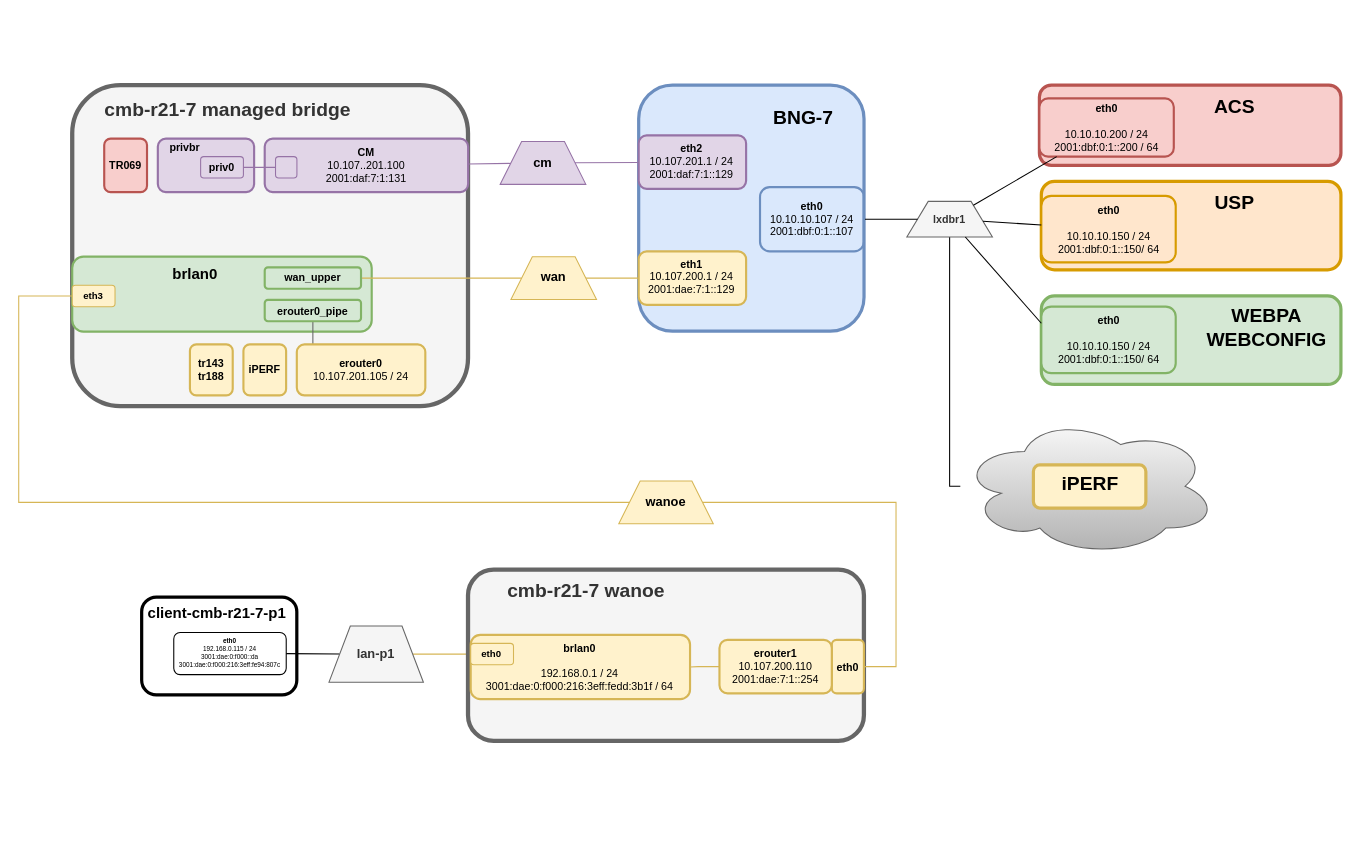
robvogelaar/robvogelaar.github.io keeps this draw.io diagram as page "Page-3" (3 of 3) of drawio/bridge-modes.drawio. Above is the earlier version. Source tidied: cells renumbered, new cells numbered last; positions are measured from the earlier drawing's top-left corner, leaving out a move shared by most shapes. Both pictures are drawn from the tidied source at 107%, with x=0, y=0 at pixel (18, 85).
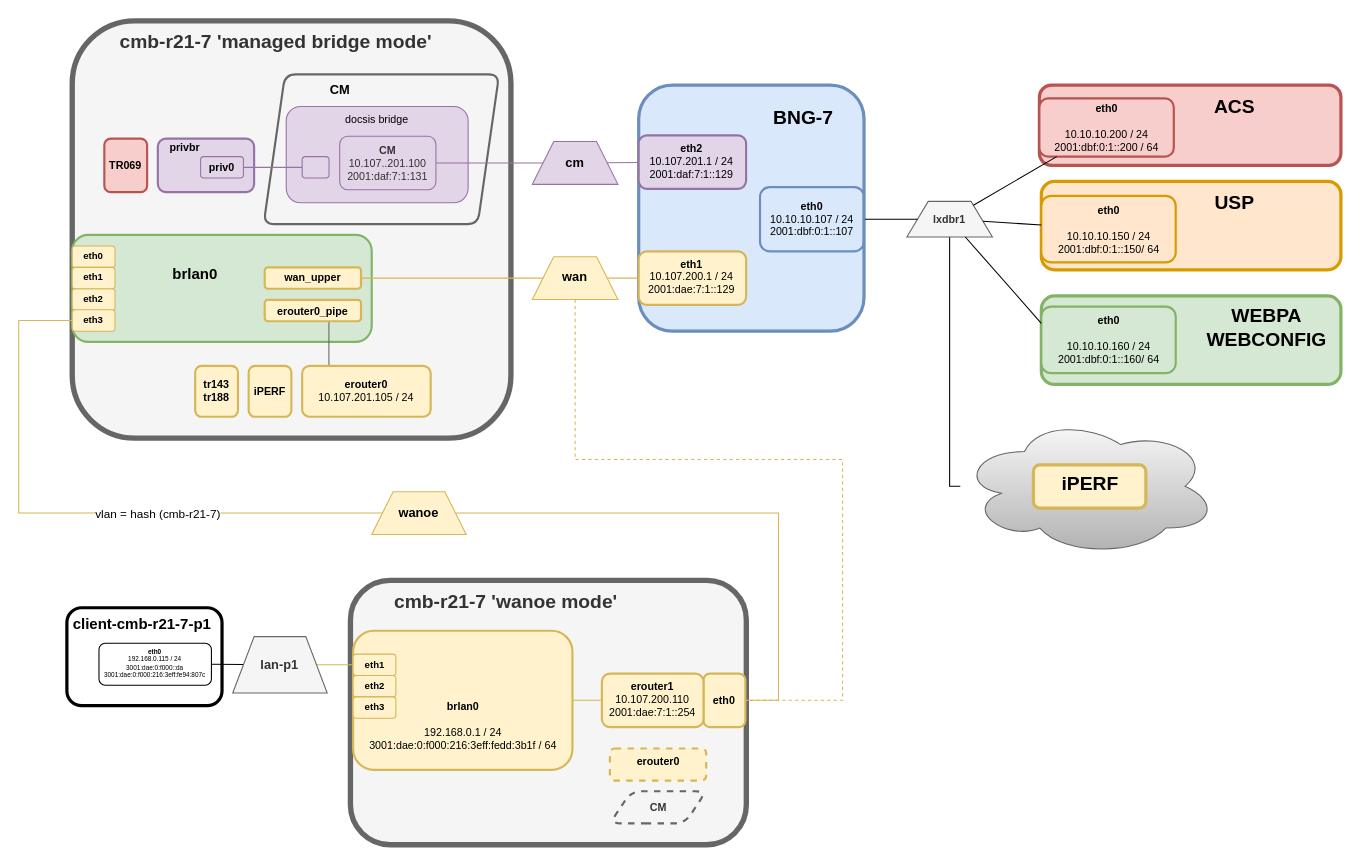
The same diagram, later.

Unchanged cells that the change refers to:
```xml
<mxCell id="25" value="eth1&lt;br&gt;&lt;span style=&quot;font-weight: normal;&quot;&gt;10.107.200.1 / 24&lt;/span&gt;&lt;br&gt;&lt;span style=&quot;font-weight: normal;&quot;&gt;2001:dae:7:1::129&lt;/span&gt;" style="rounded=1;whiteSpace=wrap;html=1;fillColor=#fff2cc;strokeColor=#d6b656;fontSize=10;fontStyle=1;strokeWidth=2;verticalAlign=top;" parent="1" vertex="1">
  <mxGeometry x="579.4" y="155.4" width="100.4" height="50" as="geometry" />
</mxCell>
```

Change to the diagram source:
```diff
@@
+    <mxCell id="41" style="rounded=1;whiteSpace=wrap;html=1;fillColor=#f5f5f5;strokeColor=#666666;fillStyle=auto;strokeWidth=5;fontSize=9;fontColor=#333333;" parent="1" vertex="1">
+      <mxGeometry x="310" y="462.9" width="370" height="247.1" as="geometry" />
+    </mxCell>
+    <mxCell id="65" value="CM" style="rounded=1;whiteSpace=wrap;html=1;fillColor=none;strokeColor=#666666;fontSize=10;fontStyle=1;strokeWidth=2;shape=parallelogram;perimeter=parallelogramPerimeter;fixedSize=1;fontColor=#333333;dashed=1;" parent="1" vertex="1">
+      <mxGeometry x="552.5" y="660" width="90" height="30" as="geometry" />
+    </mxCell>
-    <mxCell id="2" style="rounded=1;whiteSpace=wrap;html=1;fillColor=#f5f5f5;strokeColor=#666666;fillStyle=auto;strokeWidth=4;fontSize=9;fontColor=#333333;" parent="1" vertex="1">
-      <mxGeometry x="50" width="369.9" height="300" as="geometry" />
+    <mxCell id="2" style="rounded=1;whiteSpace=wrap;html=1;fillColor=#f5f5f5;strokeColor=#666666;fillStyle=auto;strokeWidth=5;fontSize=9;fontColor=#333333;" parent="1" vertex="1">
+      <mxGeometry x="50" y="-60" width="410" height="390" as="geometry" />
     </mxCell>
+    <mxCell id="51" style="rounded=1;whiteSpace=wrap;html=1;fillColor=#f5f5f5;strokeColor=#666666;fontSize=10;fontStyle=1;strokeWidth=2;shape=parallelogram;perimeter=parallelogramPerimeter;fixedSize=1;fontColor=#333333;" parent="1" vertex="1">
+      <mxGeometry x="228.9" y="-10" width="220.1" height="140" as="geometry" />
+    </mxCell>
+    <mxCell id="66" value="&lt;span style=&quot;font-weight: normal;&quot;&gt;docsis bridge&lt;/span&gt;" style="rounded=1;whiteSpace=wrap;html=1;fillColor=#e1d5e7;strokeColor=#9673a6;fontSize=10;fontStyle=1;strokeWidth=1;verticalAlign=top;" parent="1" vertex="1">
+      <mxGeometry x="250" y="20" width="170" height="90" as="geometry" />
+    </mxCell>
@@
-    <mxCell id="5" value="&lt;b style=&quot;font-size: 18px;&quot;&gt;cmb-r21-7 managed bridge&lt;/b&gt;" style="text;html=1;align=center;verticalAlign=middle;strokeColor=none;fillColor=none;fontSize=18;fontColor=#333333;fontStyle=0;" parent="1" vertex="1">
-      <mxGeometry x="69.9" y="2.7" width="250" height="40" as="geometry" />
+    <mxCell id="5" value="&lt;b style=&quot;font-size: 18px;&quot;&gt;cmb-r21-7 'managed bridge mode'&lt;/b&gt;" style="text;html=1;align=center;verticalAlign=middle;strokeColor=none;fillColor=none;fontSize=18;fontColor=#333333;fontStyle=0;" parent="1" vertex="1">
+      <mxGeometry x="79.9" y="-60" width="320" height="40" as="geometry" />
     </mxCell>
     <mxCell id="6" style="rounded=1;whiteSpace=wrap;html=1;fillColor=#d5e8d4;strokeColor=#82b366;strokeWidth=2;fontSize=9;" parent="1" vertex="1">
-      <mxGeometry x="50" y="160.4" width="279.9" height="70" as="geometry" />
+      <mxGeometry x="50" y="140" width="279.9" height="100" as="geometry" />
     </mxCell>
@@
-    <mxCell id="8" value="&lt;b style=&quot;font-size: 9px;&quot;&gt;eth3&lt;/b&gt;" style="rounded=1;whiteSpace=wrap;html=1;fillColor=#fff2cc;strokeColor=#d6b656;fontSize=9;" parent="1" vertex="1">
-      <mxGeometry x="50" y="187.1" width="40" height="20" as="geometry" />
+    <mxCell id="8" value="&lt;b style=&quot;font-size: 9px;&quot;&gt;eth2&lt;/b&gt;" style="rounded=1;whiteSpace=wrap;html=1;fillColor=#fff2cc;strokeColor=#d6b656;fontSize=9;" parent="1" vertex="1">
+      <mxGeometry x="50" y="190.4" width="40" height="20" as="geometry" />
     </mxCell>
@@
-    <mxCell id="10" value="&lt;b style=&quot;font-size: 10px;&quot;&gt;erouter0_pipe&lt;/b&gt;" style="rounded=1;whiteSpace=wrap;html=1;align=center;fillColor=#d5e8d4;strokeColor=#82b366;fontSize=10;strokeWidth=2;verticalAlign=middle;" parent="1" vertex="1">
+    <mxCell id="10" value="&lt;b style=&quot;font-size: 10px;&quot;&gt;erouter0_pipe&lt;/b&gt;" style="rounded=1;whiteSpace=wrap;html=1;align=center;fillColor=#fff2cc;strokeColor=#d6b656;fontSize=10;strokeWidth=2;verticalAlign=middle;" parent="1" vertex="1">
       <mxGeometry x="229.9" y="200.7" width="90" height="20" as="geometry" />
     </mxCell>
     <mxCell id="11" value="&lt;div&gt;&lt;b style=&quot;font-size: 12px;&quot;&gt;cm&lt;/b&gt;&lt;/div&gt;" style="shape=trapezoid;perimeter=trapezoidPerimeter;whiteSpace=wrap;html=1;fixedSize=1;fontSize=12;fillColor=#e1d5e7;strokeColor=#9673a6;rotation=0;verticalAlign=middle;" parent="1" vertex="1">
-      <mxGeometry x="450" y="52.8" width="80" height="40" as="geometry" />
+      <mxGeometry x="480" y="52.8" width="80" height="40" as="geometry" />
     </mxCell>
@@
-    <mxCell id="17" style="endArrow=none;html=1;rounded=0;fontSize=9;fillColor=#fff2cc;strokeColor=#d6b656;" parent="1" edge="1" source="55" target="25">
-      <mxGeometry relative="1" as="geometry" />
+    <mxCell id="17" style="endArrow=none;html=1;rounded=0;fontSize=9;fillColor=#fff2cc;strokeColor=#d6b656;" parent="1" edge="1" source="55">
+      <mxGeometry relative="1" as="geometry">
+        <mxPoint x="609.4" y="180.4" as="targetPoint" />
+      </mxGeometry>
     </mxCell>
@@
     <mxCell id="30" style="rounded=1;whiteSpace=wrap;html=1;strokeWidth=3;fontSize=9;" parent="1" vertex="1">
-      <mxGeometry x="114.9" y="478.5" width="145" height="91.5" as="geometry" />
+      <mxGeometry x="45" y="488.5" width="145" height="91.5" as="geometry" />
     </mxCell>
     <mxCell id="31" value="&lt;font style=&quot;font-size: 6px;&quot;&gt;eth0&lt;br style=&quot;font-size: 6px;&quot;&gt;&lt;span style=&quot;font-size: 6px; font-weight: normal;&quot;&gt;192.168.0.115 / 24&lt;br style=&quot;font-size: 6px;&quot;&gt;&lt;/span&gt;&lt;span style=&quot;font-weight: normal; font-size: 6px;&quot;&gt;3001:dae:0:f000::da&lt;br style=&quot;font-size: 6px;&quot;&gt;3001:dae:0:f000:216:3eff:fe94:807c&lt;/span&gt;&lt;br style=&quot;font-size: 6px;&quot;&gt;&lt;/font&gt;" style="rounded=1;whiteSpace=wrap;html=1;fontSize=6;fontStyle=1;strokeWidth=1;" parent="1" vertex="1">
-      <mxGeometry x="144.9" y="511.7" width="105.1" height="39.3" as="geometry" />
+      <mxGeometry x="75" y="521.7" width="105.1" height="39.3" as="geometry" />
     </mxCell>
     <mxCell id="32" value="&lt;b style=&quot;font-size: 14px;&quot;&gt;client-cmb-r21-7-p1&lt;/b&gt;" style="text;html=1;align=center;verticalAlign=middle;fontSize=14;fontStyle=0;" parent="1" vertex="1">
-      <mxGeometry x="109.9" y="478.5" width="150" height="30" as="geometry" />
+      <mxGeometry x="40" y="488.5" width="150" height="30" as="geometry" />
     </mxCell>
@@
     <mxCell id="34" value="&lt;b style=&quot;font-size: 12px;&quot;&gt;lan-p1&lt;/b&gt;" style="shape=trapezoid;perimeter=trapezoidPerimeter;whiteSpace=wrap;html=1;fixedSize=1;fontSize=12;fillColor=#f5f5f5;fontColor=#333333;strokeColor=#666666;rotation=0;" parent="1" vertex="1">
-      <mxGeometry x="289.9" y="505.5" width="88.3" height="52.7" as="geometry" />
+      <mxGeometry x="200" y="515.5" width="88.3" height="52.7" as="geometry" />
     </mxCell>
@@
-    <mxCell id="36" value="&lt;font style=&quot;font-size: 10px;&quot;&gt;eth0&lt;br style=&quot;font-size: 10px;&quot;&gt;&lt;br style=&quot;font-size: 10px;&quot;&gt;&lt;span style=&quot;font-weight: normal; font-size: 10px;&quot;&gt;10.10.10.150 / 24&lt;br style=&quot;font-size: 10px;&quot;&gt;2001:dbf:0:1::150/ 64&lt;/span&gt;&lt;br style=&quot;font-size: 10px;&quot;&gt;&lt;/font&gt;" style="rounded=1;whiteSpace=wrap;html=1;fillColor=#d5e8d4;strokeColor=#82b366;fontSize=10;fontStyle=1;strokeWidth=2;" parent="1" vertex="1">
+    <mxCell id="36" value="&lt;font style=&quot;font-size: 10px;&quot;&gt;eth0&lt;br style=&quot;font-size: 10px;&quot;&gt;&lt;br style=&quot;font-size: 10px;&quot;&gt;&lt;span style=&quot;font-weight: normal; font-size: 10px;&quot;&gt;10.10.10.160 / 24&lt;br style=&quot;font-size: 10px;&quot;&gt;2001:dbf:0:1::160/ 64&lt;/span&gt;&lt;br style=&quot;font-size: 10px;&quot;&gt;&lt;/font&gt;" style="rounded=1;whiteSpace=wrap;html=1;fillColor=#d5e8d4;strokeColor=#82b366;fontSize=10;fontStyle=1;strokeWidth=2;" parent="1" vertex="1">
       <mxGeometry x="955.7" y="207.1" width="125.6" height="62.1" as="geometry" />
     </mxCell>
@@
-    <mxCell id="41" style="rounded=1;whiteSpace=wrap;html=1;fillColor=#f5f5f5;strokeColor=#666666;fillStyle=auto;strokeWidth=4;fontSize=9;fontColor=#333333;" parent="1" vertex="1">
-      <mxGeometry x="419.9" y="452.9" width="370" height="160" as="geometry" />
-    </mxCell>
-    <mxCell id="42" value="&lt;b style=&quot;font-size: 18px;&quot;&gt;cmb-r21-7 wanoe&lt;/b&gt;" style="text;html=1;align=center;verticalAlign=middle;strokeColor=none;fillColor=none;fontSize=18;fontColor=#333333;fontStyle=0;" parent="1" vertex="1">
-      <mxGeometry x="444.9" y="452.9" width="170" height="40" as="geometry" />
+    <mxCell id="42" value="&lt;b style=&quot;font-size: 18px;&quot;&gt;cmb-r21-7 'wanoe mode'&lt;/b&gt;" style="text;html=1;align=center;verticalAlign=middle;strokeColor=none;fillColor=none;fontSize=18;fontColor=#333333;fontStyle=0;" parent="1" vertex="1">
+      <mxGeometry x="339.9" y="462.9" width="230" height="40" as="geometry" />
     </mxCell>
-    <mxCell id="43" value="&lt;span style=&quot;font-size: 10px; font-weight: 700;&quot;&gt;brlan0&lt;/span&gt;&lt;br style=&quot;font-size: 10px; font-weight: 700;&quot;&gt;&lt;span style=&quot;font-size: 10px;&quot;&gt;&lt;br&gt;192.168.0.1 / 24&lt;/span&gt;&lt;br style=&quot;font-size: 10px; font-weight: 700;&quot;&gt;&lt;span style=&quot;font-size: 10px;&quot;&gt;3001:dae:0:f000:216:3eff:fedd:3b1f&lt;/span&gt;&lt;span style=&quot;font-size: 10px;&quot;&gt;&amp;nbsp;/ 64&lt;/span&gt;" style="rounded=1;whiteSpace=wrap;html=1;fillColor=#fff2cc;strokeColor=#d6b656;strokeWidth=2;fontSize=9;" parent="1" vertex="1">
-      <mxGeometry x="422.4" y="513.9" width="205" height="60" as="geometry" />
+    <mxCell id="43" value="&lt;div&gt;&lt;span style=&quot;font-size: 10px; font-weight: 700;&quot;&gt;&lt;br&gt;&lt;/span&gt;&lt;/div&gt;&lt;span style=&quot;font-size: 10px; font-weight: 700;&quot;&gt;&lt;div&gt;&lt;span style=&quot;font-size: 10px; font-weight: 700;&quot;&gt;&lt;br&gt;&lt;/span&gt;&lt;/div&gt;&lt;div&gt;&lt;span style=&quot;font-size: 10px; font-weight: 700;&quot;&gt;&lt;br&gt;&lt;/span&gt;&lt;/div&gt;&lt;div&gt;&lt;span style=&quot;font-size: 10px; font-weight: 700;&quot;&gt;&lt;br&gt;&lt;/span&gt;&lt;/div&gt;brlan0&lt;/span&gt;&lt;br style=&quot;font-size: 10px; font-weight: 700;&quot;&gt;&lt;span style=&quot;font-size: 10px;&quot;&gt;&lt;br&gt;192.168.0.1 / 24&lt;/span&gt;&lt;br style=&quot;font-size: 10px; font-weight: 700;&quot;&gt;&lt;span style=&quot;font-size: 10px;&quot;&gt;3001:dae:0:f000:216:3eff:fedd:3b1f&lt;/span&gt;&lt;span style=&quot;font-size: 10px;&quot;&gt;&amp;nbsp;/ 64&lt;/span&gt;" style="rounded=1;whiteSpace=wrap;html=1;fillColor=#fff2cc;strokeColor=#d6b656;strokeWidth=2;fontSize=9;" parent="1" vertex="1">
+      <mxGeometry x="312.5" y="510" width="205" height="130" as="geometry" />
     </mxCell>
-    <mxCell id="44" value="&lt;b style=&quot;font-size: 9px;&quot;&gt;eth0&lt;/b&gt;" style="rounded=1;whiteSpace=wrap;html=1;fillColor=#fff2cc;strokeColor=#d6b656;fontSize=9;" parent="1" vertex="1">
-      <mxGeometry x="422.4" y="521.8" width="40" height="20" as="geometry" />
+    <mxCell id="44" value="&lt;b style=&quot;font-size: 9px;&quot;&gt;eth1&lt;/b&gt;" style="rounded=1;whiteSpace=wrap;html=1;fillColor=#fff2cc;strokeColor=#d6b656;fontSize=9;" parent="1" vertex="1">
+      <mxGeometry x="312.5" y="531.8" width="40" height="20" as="geometry" />
     </mxCell>
     <mxCell id="45" value="eth0" style="rounded=1;whiteSpace=wrap;html=1;fillColor=#fff2cc;strokeColor=#d6b656;fontSize=10;fontStyle=1;strokeWidth=2;" parent="1" vertex="1">
-      <mxGeometry x="759.9" y="518.5" width="30" height="50" as="geometry" />
+      <mxGeometry x="640" y="550" width="39.1" height="50" as="geometry" />
     </mxCell>
@@
     <mxCell id="47" value="&lt;b style=&quot;font-size: 10px;&quot;&gt;erouter1&lt;br&gt;&lt;/b&gt;10.107.200.110&lt;br&gt;2001:dae:7:1::254" style="rounded=1;whiteSpace=wrap;html=1;align=center;fillColor=#fff2cc;strokeColor=#d6b656;fontSize=10;strokeWidth=2;verticalAlign=top;" parent="1" vertex="1">
-      <mxGeometry x="654.9" y="518.5" width="105" height="50" as="geometry" />
+      <mxGeometry x="545" y="550" width="95" height="50" as="geometry" />
     </mxCell>
@@
-    <mxCell id="50" style="endArrow=none;html=1;rounded=0;fontSize=9;fillColor=#e1d5e7;strokeColor=#9673a6;" parent="1" edge="1" source="11" target="51">
-      <mxGeometry relative="1" as="geometry" />
-    </mxCell>
-    <mxCell id="51" value="CM&lt;div&gt;&lt;span style=&quot;font-weight: normal;&quot;&gt;10.107..201.100&lt;/span&gt;&lt;/div&gt;&lt;div&gt;&lt;span style=&quot;font-weight: normal;&quot;&gt;2001:daf:7:1:131&lt;/span&gt;&lt;/div&gt;" style="rounded=1;whiteSpace=wrap;html=1;fillColor=#e1d5e7;strokeColor=#9673a6;fontSize=10;fontStyle=1;strokeWidth=2;" parent="1" vertex="1">
-      <mxGeometry x="229.9" y="50" width="190.1" height="50" as="geometry" />
-    </mxCell>
     <mxCell id="52" value="TR069" style="rounded=1;whiteSpace=wrap;html=1;fillColor=#f8cecc;strokeColor=#b85450;fontSize=10;fontStyle=1;strokeWidth=2;" parent="1" vertex="1">
-      <mxGeometry x="79.9" y="50" width="40" height="50" as="geometry" />
+      <mxGeometry x="80" y="50" width="40" height="50" as="geometry" />
     </mxCell>
     <mxCell id="53" value="iPERF" style="rounded=1;whiteSpace=wrap;html=1;fillColor=#fff2cc;strokeColor=#d6b656;fontSize=10;fontStyle=1;strokeWidth=2;" parent="1" vertex="1">
-      <mxGeometry x="210" y="242.4" width="39.9" height="47.6" as="geometry" />
+      <mxGeometry x="214.9" y="262.4" width="39.9" height="47.6" as="geometry" />
     </mxCell>
     <mxCell id="54" value="&lt;b style=&quot;font-size: 10px;&quot;&gt;erouter0&lt;/b&gt;&lt;div&gt;&lt;span style=&quot;font-size: 10px;&quot;&gt;10.107.201.105 / 24&lt;/span&gt;&lt;/div&gt;" style="rounded=1;whiteSpace=wrap;html=1;align=center;fillColor=#fff2cc;strokeColor=#d6b656;fontSize=10;strokeWidth=2;verticalAlign=middle;" parent="1" vertex="1">
-      <mxGeometry x="259.9" y="242.4" width="120.1" height="47.6" as="geometry" />
+      <mxGeometry x="264.9" y="262.4" width="120.1" height="47.6" as="geometry" />
     </mxCell>
+    <mxCell id="67" style="edgeStyle=orthogonalEdgeStyle;rounded=0;jettySize=auto;html=1;dashed=1;fillColor=#fff2cc;strokeColor=#d6b656;endArrow=none;endFill=0;" parent="1" edge="1" source="55" target="45">
+      <mxGeometry relative="1" as="geometry">
+        <Array as="points">
+          <mxPoint x="520" y="350" />
+          <mxPoint x="770" y="350" />
+          <mxPoint x="770" y="575" />
+        </Array>
+      </mxGeometry>
+    </mxCell>
     <mxCell id="55" value="&lt;b style=&quot;font-size: 12px;&quot;&gt;wan&lt;/b&gt;" style="shape=trapezoid;perimeter=trapezoidPerimeter;whiteSpace=wrap;html=1;fixedSize=1;fontSize=12;fillColor=#fff2cc;strokeColor=#d6b656;rotation=0;verticalAlign=middle;" parent="1" vertex="1">
-      <mxGeometry x="460" y="160.4" width="80" height="40" as="geometry" />
+      <mxGeometry x="480" y="160.4" width="80" height="40" as="geometry" />
     </mxCell>
-    <mxCell id="56" value="&lt;b style=&quot;font-size: 10px;&quot;&gt;wan_upper&lt;/b&gt;" style="rounded=1;whiteSpace=wrap;html=1;align=center;fillColor=#d5e8d4;strokeColor=#82b366;fontSize=10;strokeWidth=2;verticalAlign=middle;" parent="1" vertex="1">
+    <mxCell id="56" value="&lt;b style=&quot;font-size: 10px;&quot;&gt;wan_upper&lt;/b&gt;" style="rounded=1;whiteSpace=wrap;html=1;align=center;fillColor=#fff2cc;strokeColor=#d6b656;fontSize=10;strokeWidth=2;verticalAlign=middle;" parent="1" vertex="1">
       <mxGeometry x="229.9" y="170.4" width="90" height="20" as="geometry" />
     </mxCell>
     <mxCell id="57" style="edgeStyle=orthogonalEdgeStyle;rounded=0;jettySize=auto;html=1;endArrow=none;fillColor=#fff2cc;strokeColor=#d6b656;" parent="1" edge="1" source="45" target="59">
       <mxGeometry relative="1" as="geometry">
         <Array as="points">
-          <mxPoint x="819.9" y="544" />
-          <mxPoint x="819.9" y="390" />
+          <mxPoint x="710.1" y="575" />
+          <mxPoint x="710.1" y="400" />
         </Array>
       </mxGeometry>
     </mxCell>
-    <mxCell id="58" style="edgeStyle=orthogonalEdgeStyle;rounded=0;jettySize=auto;html=1;endArrow=none;fillColor=#fff2cc;strokeColor=#d6b656;" parent="1" edge="1" source="8" target="59">
+    <mxCell id="58" style="edgeStyle=orthogonalEdgeStyle;rounded=0;jettySize=auto;html=1;endArrow=none;fillColor=#fff2cc;strokeColor=#d6b656;" parent="1" edge="1" source="73" target="59">
       <mxGeometry relative="1" as="geometry">
         <Array as="points">
-          <mxPoint y="198" />
-          <mxPoint y="390" />
+          <mxPoint y="220" />
+          <mxPoint y="400" />
         </Array>
       </mxGeometry>
     </mxCell>
+    <mxCell id="68" value="vlan = hash (cmb-r21-7)" style="edgeLabel;html=1;align=center;verticalAlign=middle;" parent="58" vertex="1">
+      <mxGeometry x="0.26" relative="1" as="geometry" />
+    </mxCell>
     <mxCell id="59" value="&lt;b&gt;wanoe&lt;/b&gt;" style="shape=trapezoid;perimeter=trapezoidPerimeter;whiteSpace=wrap;html=1;fixedSize=1;fontSize=12;fillColor=#fff2cc;strokeColor=#d6b656;rotation=0;" parent="1" vertex="1">
-      <mxGeometry x="560.8" y="370" width="88.3" height="40" as="geometry" />
+      <mxGeometry x="329.9" y="380" width="88.3" height="40" as="geometry" />
     </mxCell>
@@
     <mxCell id="63" style="rounded=1;whiteSpace=wrap;html=1;fillColor=#e1d5e7;strokeColor=#9673a6;fontSize=10;fontStyle=1;strokeWidth=1;verticalAlign=middle;" parent="1" vertex="1">
-      <mxGeometry x="240" y="66.9" width="20" height="20" as="geometry" />
+      <mxGeometry x="264.9" y="66.9" width="25.1" height="20" as="geometry" />
     </mxCell>
     <mxCell id="64" value="tr143&lt;div&gt;tr188&lt;/div&gt;" style="rounded=1;whiteSpace=wrap;html=1;fillColor=#fff2cc;strokeColor=#d6b656;fontSize=10;fontStyle=1;strokeWidth=2;" parent="1" vertex="1">
-      <mxGeometry x="160" y="242.4" width="40" height="47.6" as="geometry" />
+      <mxGeometry x="164.9" y="262.4" width="40" height="47.6" as="geometry" />
     </mxCell>
+    <mxCell id="69" value="&lt;span style=&quot;color: rgb(51, 51, 51);&quot;&gt;CM&lt;/span&gt;&lt;div style=&quot;color: rgb(51, 51, 51);&quot;&gt;&lt;span style=&quot;font-weight: normal;&quot;&gt;10.107..201.100&lt;/span&gt;&lt;/div&gt;&lt;div style=&quot;color: rgb(51, 51, 51);&quot;&gt;&lt;span style=&quot;font-weight: normal;&quot;&gt;2001:daf:7:1:131&lt;/span&gt;&lt;/div&gt;" style="rounded=1;whiteSpace=wrap;html=1;fillColor=#e1d5e7;strokeColor=#9673a6;fontSize=10;fontStyle=1;strokeWidth=1;verticalAlign=middle;" parent="1" vertex="1">
+      <mxGeometry x="300" y="47.8" width="89.9" height="50" as="geometry" />
+    </mxCell>
+    <mxCell id="50" style="endArrow=none;html=1;rounded=0;fontSize=9;fillColor=#e1d5e7;strokeColor=#9673a6;" parent="1" edge="1" source="11" target="69">
+      <mxGeometry relative="1" as="geometry" />
+    </mxCell>
+    <mxCell id="70" value="CM" style="text;html=1;align=center;verticalAlign=middle;strokeColor=none;fillColor=none;fontStyle=1;" parent="1" vertex="1">
+      <mxGeometry x="279.9" y="-10" width="40" height="30" as="geometry" />
+    </mxCell>
+    <mxCell id="71" value="&lt;b style=&quot;font-size: 9px;&quot;&gt;eth0&lt;/b&gt;" style="rounded=1;whiteSpace=wrap;html=1;fillColor=#fff2cc;strokeColor=#d6b656;fontSize=9;" parent="1" vertex="1">
+      <mxGeometry x="50" y="150.4" width="40" height="20" as="geometry" />
+    </mxCell>
+    <mxCell id="72" value="&lt;b style=&quot;font-size: 9px;&quot;&gt;eth1&lt;/b&gt;" style="rounded=1;whiteSpace=wrap;html=1;fillColor=#fff2cc;strokeColor=#d6b656;fontSize=9;" parent="1" vertex="1">
+      <mxGeometry x="50" y="170.4" width="40" height="20" as="geometry" />
+    </mxCell>
+    <mxCell id="73" value="&lt;b style=&quot;font-size: 9px;&quot;&gt;eth3&lt;/b&gt;" style="rounded=1;whiteSpace=wrap;html=1;fillColor=#fff2cc;strokeColor=#d6b656;fontSize=9;" parent="1" vertex="1">
+      <mxGeometry x="50" y="210" width="40" height="20" as="geometry" />
+    </mxCell>
+    <mxCell id="74" value="&lt;b style=&quot;font-size: 9px;&quot;&gt;eth2&lt;/b&gt;" style="rounded=1;whiteSpace=wrap;html=1;fillColor=#fff2cc;strokeColor=#d6b656;fontSize=9;" parent="1" vertex="1">
+      <mxGeometry x="312.5" y="551.8" width="40" height="20" as="geometry" />
+    </mxCell>
+    <mxCell id="75" value="&lt;b style=&quot;font-size: 9px;&quot;&gt;eth3&lt;/b&gt;" style="rounded=1;whiteSpace=wrap;html=1;fillColor=#fff2cc;strokeColor=#d6b656;fontSize=9;" parent="1" vertex="1">
+      <mxGeometry x="312.5" y="571.8" width="40" height="20" as="geometry" />
+    </mxCell>
+    <mxCell id="76" value="&lt;b style=&quot;font-size: 10px;&quot;&gt;erouter0&lt;/b&gt;" style="rounded=1;whiteSpace=wrap;html=1;align=center;fillColor=#fff2cc;strokeColor=#d6b656;fontSize=10;strokeWidth=2;verticalAlign=top;dashed=1;" parent="1" vertex="1">
+      <mxGeometry x="552.5" y="620" width="90" height="30" as="geometry" />
+    </mxCell>
```
